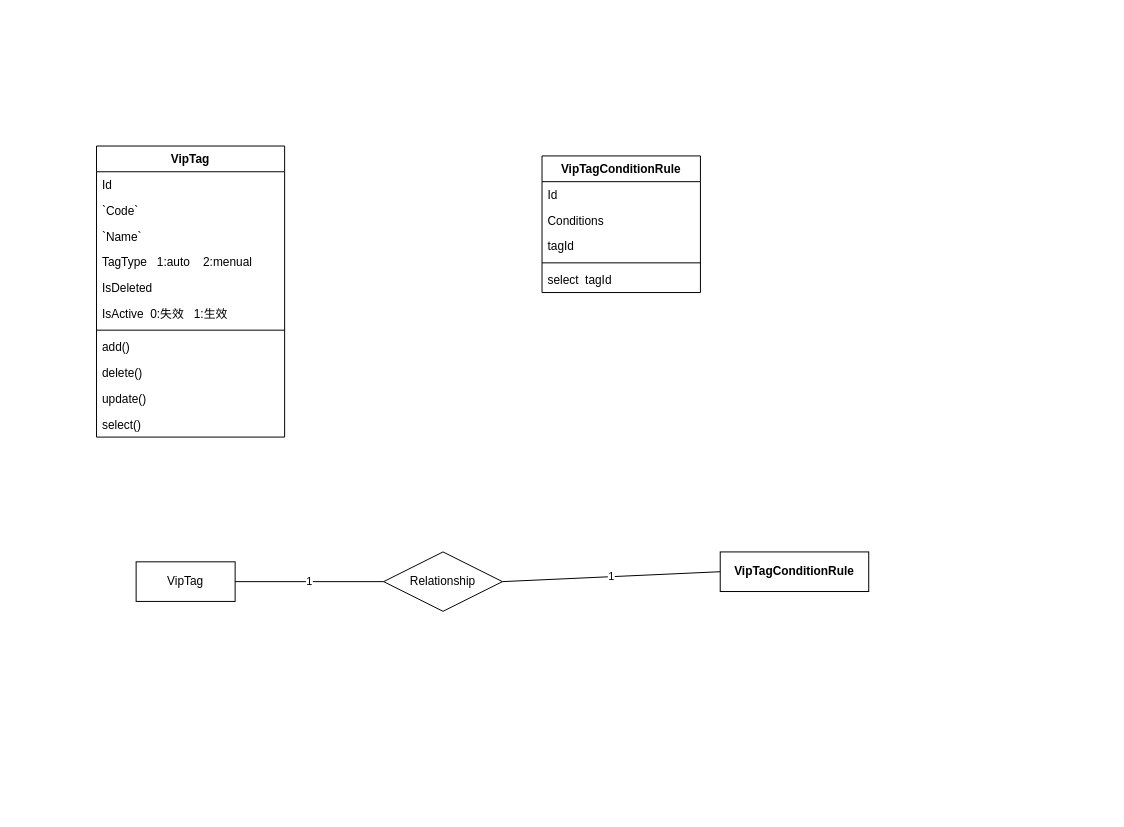
Above: page "会员标签模块" (4 of 5) of Untitled Diagram.drawio in NewDayxjc/draw (draw.io), before the change. Source tidied: cells renumbered, new cells numbered last; positions are measured from the earlier drawing's top-left corner, leaving out a move shared by most shapes. Both pictures are drawn from the tidied source at 99%, with x=0, y=0 at pixel (96, 146).
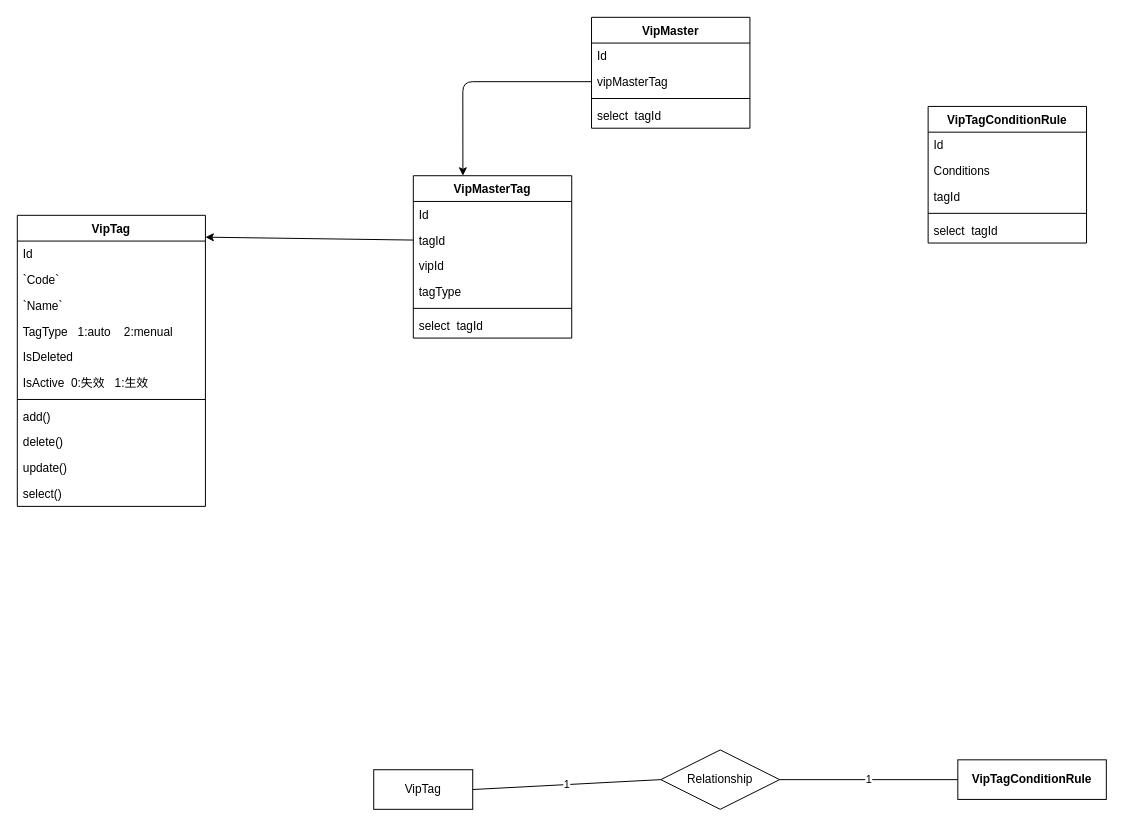
After the change.

What changed in the source:
```diff
@@
     <mxCell id="2" value="VipTag" style="swimlane;fontStyle=1;align=center;verticalAlign=top;horizontal=1;startSize=26;" parent="1" vertex="1">
-      <mxGeometry width="190" height="294" as="geometry" />
+      <mxGeometry x="-80" y="70" width="190" height="294" as="geometry" />
     </mxCell>
@@
     <mxCell id="14" value="VipTagConditionRule" style="swimlane;fontStyle=1;align=center;verticalAlign=top;horizontal=1;startSize=26;" parent="1" vertex="1">
-      <mxGeometry x="450" y="10" width="160" height="138" as="geometry" />
+      <mxGeometry x="840" y="-40" width="160" height="138" as="geometry" />
     </mxCell>
@@
     <mxCell id="20" value="Relationship" style="shape=rhombus;perimeter=rhombusPerimeter;whiteSpace=wrap;html=1;align=center;" parent="1" vertex="1">
-      <mxGeometry x="290" y="410" width="120" height="60" as="geometry" />
+      <mxGeometry x="570" y="610" width="120" height="60" as="geometry" />
     </mxCell>
     <mxCell id="21" value="VipTag" style="whiteSpace=wrap;html=1;align=center;" parent="1" vertex="1">
-      <mxGeometry x="40" y="420" width="100" height="40" as="geometry" />
+      <mxGeometry x="280" y="630" width="100" height="40" as="geometry" />
     </mxCell>
     <mxCell id="22" value="&lt;span style=&quot;font-weight: 700&quot;&gt;VipTagConditionRule&lt;/span&gt;" style="whiteSpace=wrap;html=1;align=center;" parent="1" vertex="1">
-      <mxGeometry x="630" y="410" width="150" height="40" as="geometry" />
+      <mxGeometry x="870" y="620" width="150" height="40" as="geometry" />
     </mxCell>
@@
+    <mxCell id="25" value="VipMasterTag" style="swimlane;fontStyle=1;align=center;verticalAlign=top;horizontal=1;startSize=26;" parent="1" vertex="1">
+      <mxGeometry x="320" y="30" width="160" height="164" as="geometry" />
+    </mxCell>
+    <mxCell id="26" value="Id" style="text;strokeColor=none;fillColor=none;align=left;verticalAlign=top;spacingLeft=4;spacingRight=4;overflow=hidden;" parent="25" vertex="1">
+      <mxGeometry y="26" width="160" height="26" as="geometry" />
+    </mxCell>
+    <mxCell id="27" value="tagId" style="text;strokeColor=none;fillColor=none;align=left;verticalAlign=top;spacingLeft=4;spacingRight=4;overflow=hidden;points=[[0,0.5],[1,0.5]];portConstraint=eastwest;" parent="25" vertex="1">
+      <mxGeometry y="52" width="160" height="26" as="geometry" />
+    </mxCell>
+    <mxCell id="28" value="vipId" style="text;strokeColor=none;fillColor=none;align=left;verticalAlign=top;spacingLeft=4;spacingRight=4;overflow=hidden;" parent="25" vertex="1">
+      <mxGeometry y="78" width="160" height="26" as="geometry" />
+    </mxCell>
+    <mxCell id="29" value="tagType" style="text;strokeColor=none;fillColor=none;align=left;verticalAlign=top;spacingLeft=4;spacingRight=4;overflow=hidden;" parent="25" vertex="1">
+      <mxGeometry y="104" width="160" height="26" as="geometry" />
+    </mxCell>
+    <mxCell id="30" style="line;strokeWidth=1;fillColor=none;align=left;verticalAlign=middle;spacingTop=-1;spacingLeft=3;spacingRight=3;labelPosition=right;" parent="25" vertex="1">
+      <mxGeometry y="130" width="160" height="8" as="geometry" />
+    </mxCell>
+    <mxCell id="31" value="select  tagId" style="text;strokeColor=none;fillColor=none;align=left;verticalAlign=top;spacingLeft=4;spacingRight=4;overflow=hidden;" parent="25" vertex="1">
+      <mxGeometry y="138" width="160" height="26" as="geometry" />
+    </mxCell>
+    <mxCell id="32" value="VipMaster" style="swimlane;fontStyle=1;align=center;verticalAlign=top;horizontal=1;startSize=26;" parent="1" vertex="1">
+      <mxGeometry x="500" y="-130" width="160" height="112" as="geometry" />
+    </mxCell>
+    <mxCell id="33" value="Id" style="text;strokeColor=none;fillColor=none;align=left;verticalAlign=top;spacingLeft=4;spacingRight=4;overflow=hidden;" parent="32" vertex="1">
+      <mxGeometry y="26" width="160" height="26" as="geometry" />
+    </mxCell>
+    <mxCell id="34" value="vipMasterTag" style="text;strokeColor=none;fillColor=none;align=left;verticalAlign=top;spacingLeft=4;spacingRight=4;overflow=hidden;points=[[0,0.5],[1,0.5]];portConstraint=eastwest;" parent="32" vertex="1">
+      <mxGeometry y="52" width="160" height="26" as="geometry" />
+    </mxCell>
+    <mxCell id="35" style="line;strokeWidth=1;fillColor=none;align=left;verticalAlign=middle;spacingTop=-1;spacingLeft=3;spacingRight=3;labelPosition=right;" parent="32" vertex="1">
+      <mxGeometry y="78" width="160" height="8" as="geometry" />
+    </mxCell>
+    <mxCell id="36" value="select  tagId" style="text;strokeColor=none;fillColor=none;align=left;verticalAlign=top;spacingLeft=4;spacingRight=4;overflow=hidden;" parent="32" vertex="1">
+      <mxGeometry y="86" width="160" height="26" as="geometry" />
+    </mxCell>
+    <mxCell id="37" style="endArrow=classic;html=1;exitX=0;exitY=0.5;exitDx=0;exitDy=0;entryX=0.313;entryY=0;entryDx=0;entryDy=0;entryPerimeter=0;" parent="1" edge="1" source="34" target="25">
+      <mxGeometry relative="1" as="geometry">
+        <Array as="points">
+          <mxPoint x="370" y="-65" />
+        </Array>
+      </mxGeometry>
+    </mxCell>
+    <mxCell id="38" style="endArrow=classic;html=1;exitX=0;exitY=0.5;exitDx=0;exitDy=0;entryX=1;entryY=0.075;entryDx=0;entryDy=0;entryPerimeter=0;" parent="1" edge="1" source="27" target="2">
+      <mxGeometry relative="1" as="geometry" />
+    </mxCell>
```
